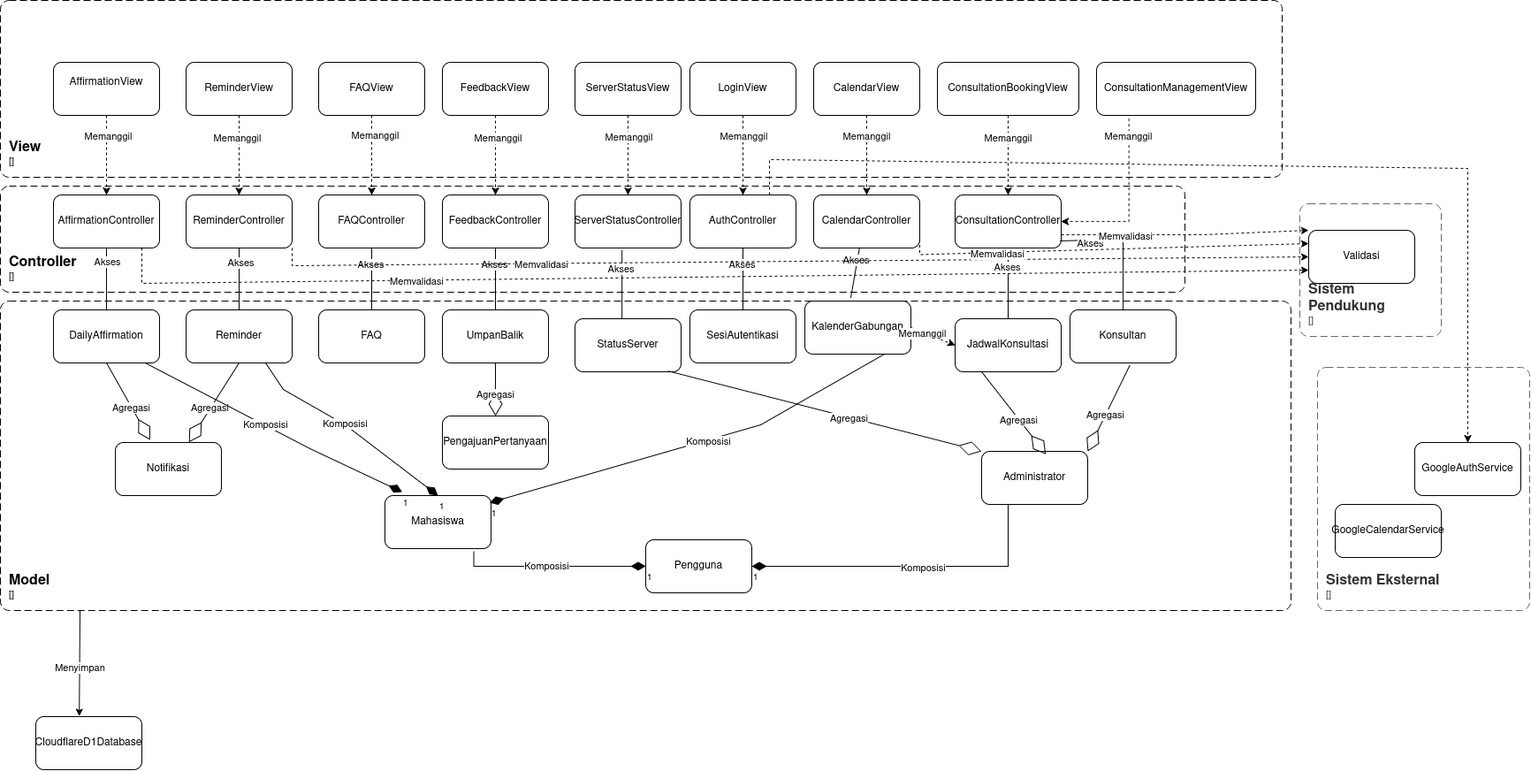
The draw.io diagram docs/M6/assets/diagram/LogicalView.png in sbxte/IF2150-RPL-K01-G04, before a commit. Source tidied: cells renumbered, new cells last; positions are measured from the earlier drawing's top-left corner, leaving out a move shared by most shapes.
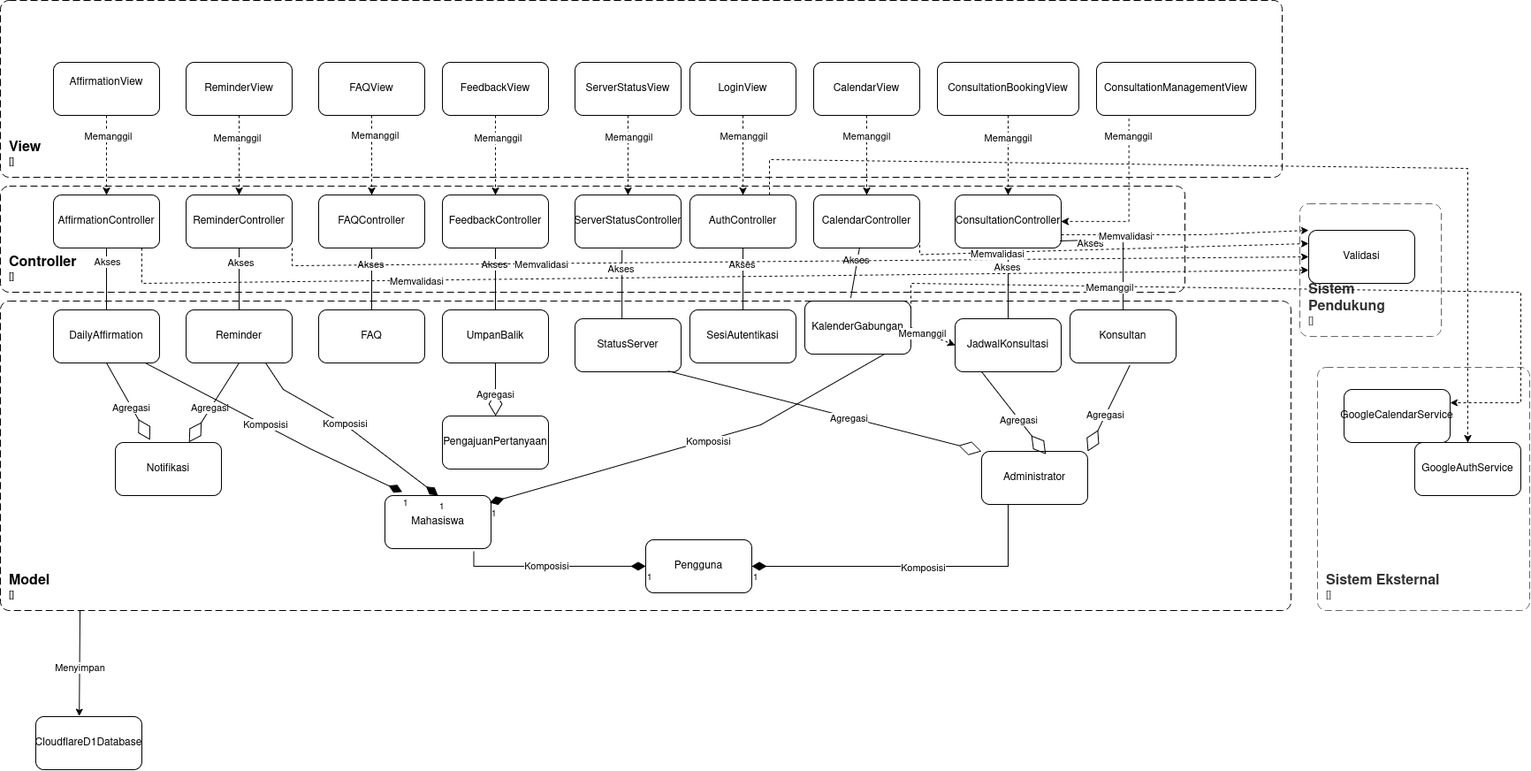
The same diagram one commit later.

Commit message:
Docs: adding Logical view Diagram

Diff of the diagram source:
```diff
@@ -96,7 +96,7 @@
       <mxGeometry x="40" y="810" width="120" height="60" as="geometry" />
     </mxCell>
     <mxCell id="33" value="GoogleCalendarService" style="rounded=1;whiteSpace=wrap;html=1;" parent="1" vertex="1">
-      <mxGeometry x="1510" y="570" width="120" height="60" as="geometry" />
+      <mxGeometry x="1520" y="440" width="120" height="60" as="geometry" />
     </mxCell>
     <mxCell id="34" style="html=1;labelBackgroundColor=#ffffff;startArrow=none;startFill=0;startSize=6;endArrow=classic;endFill=1;endSize=6;jettySize=auto;strokeWidth=1;dashed=1;fontSize=14;rounded=0;entryX=0.5;entryY=0;entryDx=0;entryDy=0;exitX=0.5;exitY=1;exitDx=0;exitDy=0;" parent="1" edge="1" source="3" target="11">
       <mxGeometry relative="1" as="geometry" />
@@ -432,5 +432,17 @@
         <mxGeometry x="1470" y="230" width="160" height="150" as="geometry" />
       </mxCell>
     </object>
+    <mxCell id="123" style="html=1;labelBackgroundColor=#ffffff;startArrow=none;startFill=0;startSize=6;endArrow=classic;endFill=1;endSize=6;jettySize=auto;strokeWidth=1;dashed=1;fontSize=14;rounded=0;exitX=1;exitY=0.25;exitDx=0;exitDy=0;entryX=1;entryY=0.25;entryDx=0;entryDy=0;" parent="1" edge="1" source="20" target="33">
+      <mxGeometry relative="1" as="geometry">
+        <Array as="points">
+          <mxPoint x="1030" y="320" />
+          <mxPoint x="1720" y="330" />
+          <mxPoint x="1720" y="455" />
+        </Array>
+      </mxGeometry>
+    </mxCell>
+    <mxCell id="124" value="Memanggil" style="edgeLabel;html=1;align=center;verticalAlign=middle;" parent="123" vertex="1">
+      <mxGeometry x="-0.44" y="-1" relative="1" as="geometry" />
+    </mxCell>
   </root>
 </mxGraphModel>
```
